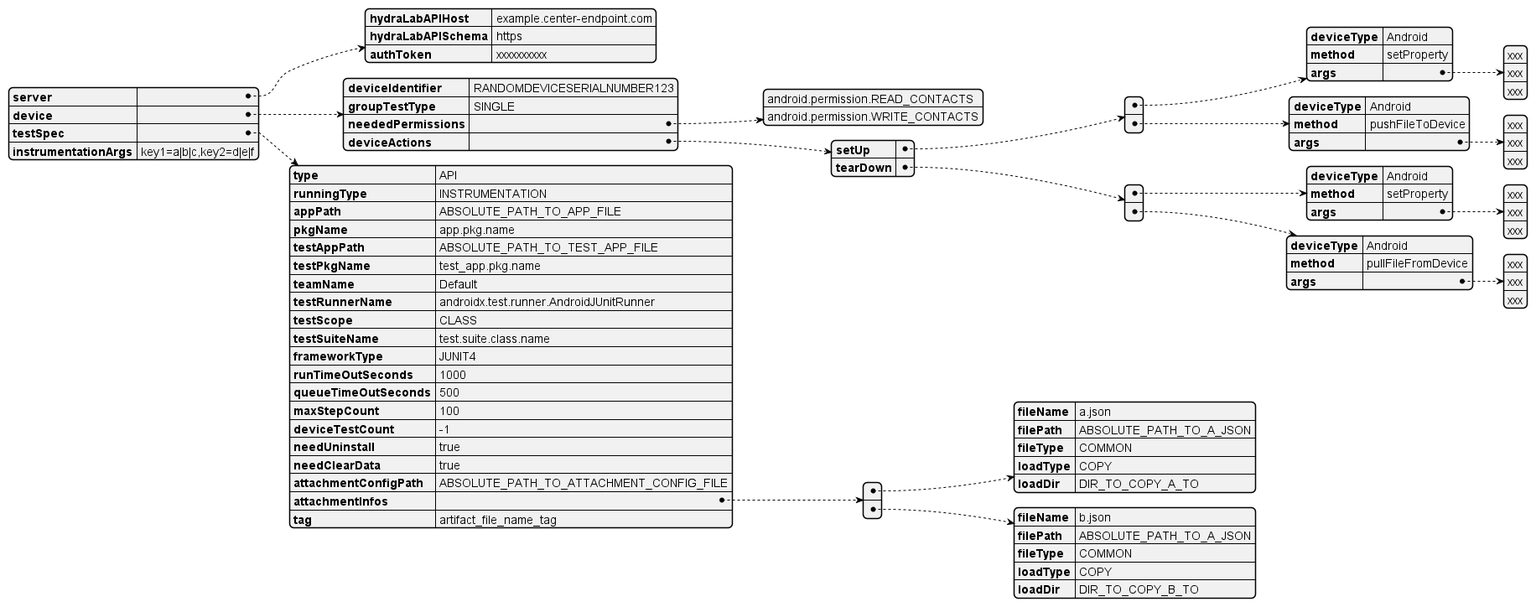
Before: docs/images/UML/gradle_plugin_yaml_config_design.png, a diagram exported from PlantUML (microsoft/HydraLab).
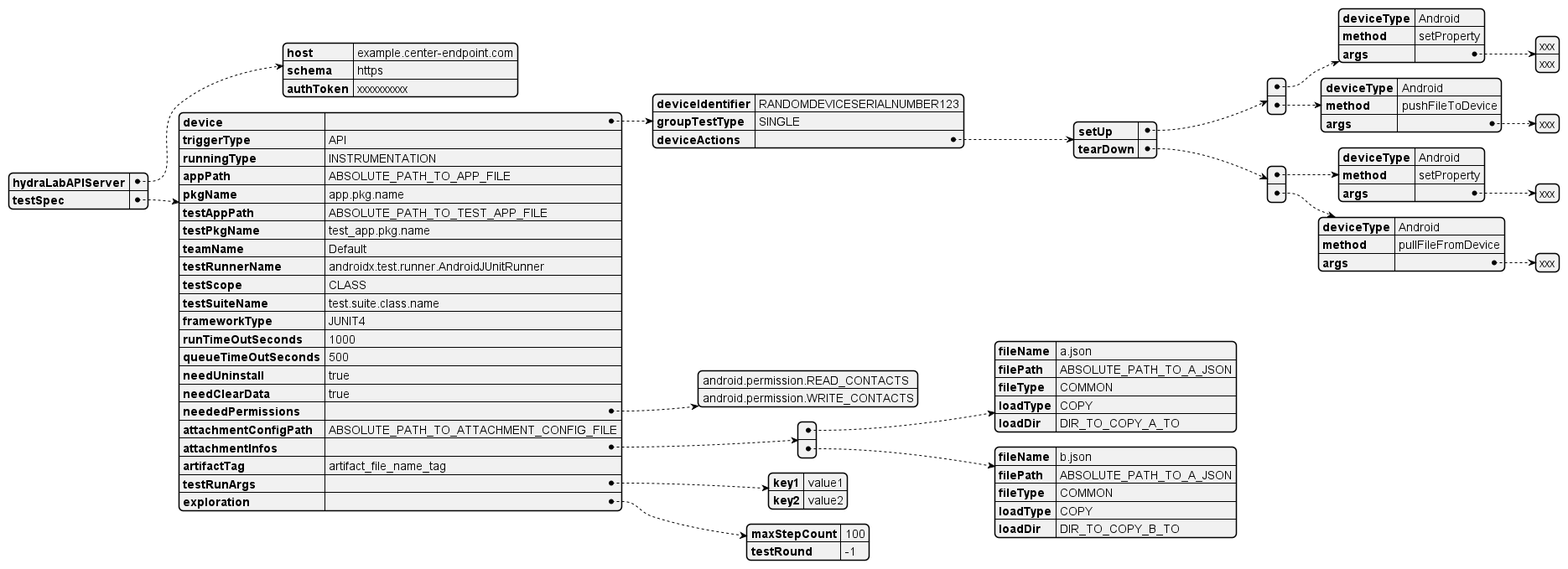
After the change.

What changed in the source:
```diff
@@ -1,43 +1,33 @@
 @startyaml
-server:
-    hydraLabAPIHost: example.center-endpoint.com
-    hydraLabAPISchema: https
+hydraLabAPIServer:
+    host: example.center-endpoint.com
+    schema: https
     authToken: xxxxxxxxxx
-device:
-    deviceIdentifier: RANDOMDEVICESERIALNUMBER123
-    groupTestType: SINGLE
-    neededPermissions:
-        - android.permission.READ_CONTACTS
-        - android.permission.WRITE_CONTACTS
-    deviceActions:
-        setUp:
-        - deviceType: Android
-          method: setProperty
-          args:
-            - xxx
-            - xxx
-            - xxx
-        - deviceType: Android
-          method: pushFileToDevice
-          args:
-            - xxx
-            - xxx
-            - xxx
-        tearDown:
-        - deviceType: Android
-          method: setProperty
-          args:
-          - xxx
-          - xxx
-          - xxx
-        - deviceType: Android
-          method: pullFileFromDevice
-          args:
-          - xxx
-          - xxx
-          - xxx
 testSpec:
-    type: API
+    device:
+        deviceIdentifier: RANDOMDEVICESERIALNUMBER123
+        groupTestType: SINGLE
+        deviceActions:
+            setUp:
+            - deviceType: Android
+              method: setProperty
+              args:
+                - xxx
+                - xxx
+            - deviceType: Android
+              method: pushFileToDevice
+              args:
+                - xxx
+            tearDown:
+            - deviceType: Android
+              method: setProperty
+              args:
+              - xxx
+            - deviceType: Android
+              method: pullFileFromDevice
+              args:
+              - xxx
+    triggerType: API
     runningType: INSTRUMENTATION
     appPath: ABSOLUTE_PATH_TO_APP_FILE
     pkgName: app.pkg.name
@@ -50,10 +40,11 @@
     frameworkType: JUNIT4
     runTimeOutSeconds: 1000
     queueTimeOutSeconds: 500
-    maxStepCount: 100
-    deviceTestCount: -1
     needUninstall: true
     needClearData: true
+    neededPermissions:
+        - android.permission.READ_CONTACTS
+        - android.permission.WRITE_CONTACTS
     attachmentConfigPath: ABSOLUTE_PATH_TO_ATTACHMENT_CONFIG_FILE
     attachmentInfos:
     - fileName: a.json
@@ -66,7 +57,12 @@
       fileType: COMMON
       loadType: COPY
       loadDir: DIR_TO_COPY_B_TO
-    tag: artifact_file_name_tag
-instrumentationArgs: key1=a|b|c,key2=d|e|f
+    artifactTag: artifact_file_name_tag
+    testRunArgs:
+        key1: value1
+        key2: value2
+    exploration:
+        maxStepCount: 100
+        testRound: -1
 
 @endyaml
```
